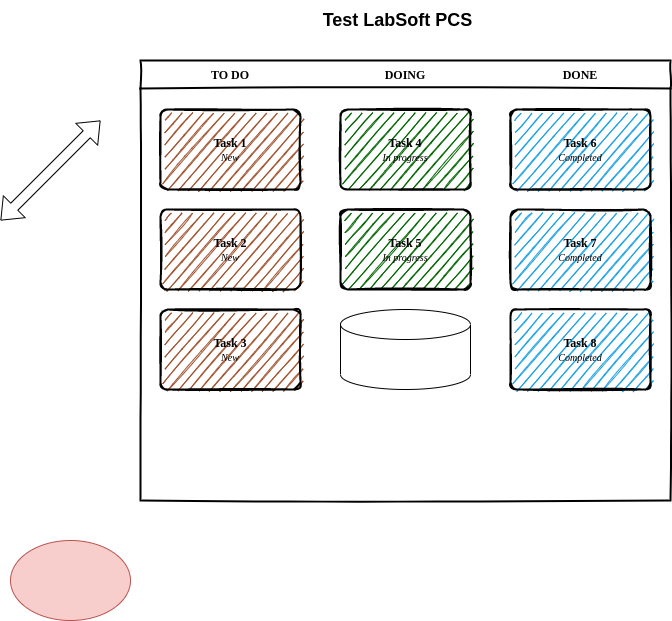
Above: TestLabSoftDiagram.drawio.png in caiki/labsoft (draw.io), before the change. Source tidied: cells renumbered, new cells last; positions are measured from the earlier drawing's top-left corner, leaving out a move shared by most shapes.
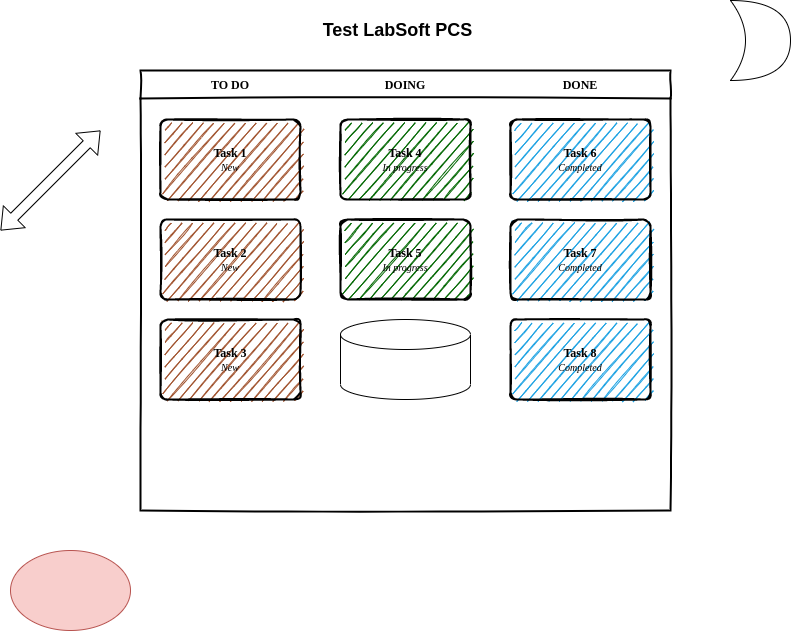
After the change.

Diff of the diagram source:
```diff
@@ -69,5 +69,8 @@
         <mxPoint x="100" y="120" as="targetPoint" />
       </mxGeometry>
     </mxCell>
+    <mxCell id="18" style="shape=xor;whiteSpace=wrap;html=1;" parent="1" vertex="1">
+      <mxGeometry x="730" y="-10" width="60" height="80" as="geometry" />
+    </mxCell>
   </root>
 </mxGraphModel>
```
